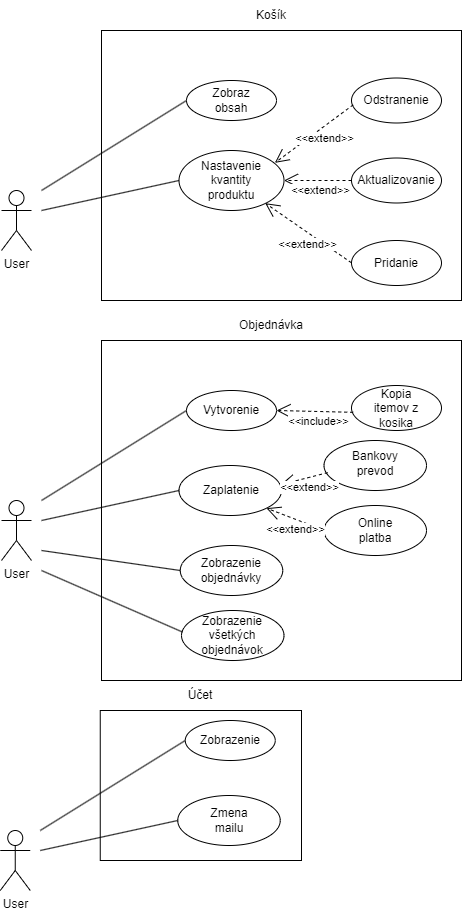
Earlier version of the draw.io export Prezentácia/diagrams/Use case.png (YelovSK/FoodOrdering). Source tidied: cells renumbered, new cells last; positions are measured from the earlier drawing's top-left corner, leaving out a move shared by most shapes.
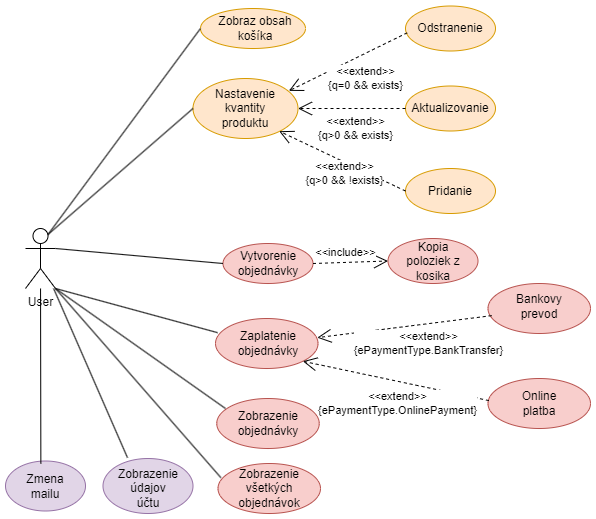
The same file after the commit.

Change to the diagram source:
```diff
@@ -3,177 +3,133 @@
     <mxCell id="0" />
     <mxCell id="1" parent="0" />
     <mxCell id="2" value="User" style="shape=umlActor;verticalLabelPosition=bottom;verticalAlign=top;html=1;outlineConnect=0;" parent="1" vertex="1">
-      <mxGeometry x="1" y="190" width="30" height="60" as="geometry" />
+      <mxGeometry x="11" y="300" width="30" height="60" as="geometry" />
     </mxCell>
-    <mxCell id="3" style="rounded=0;whiteSpace=wrap;html=1;" parent="1" vertex="1">
-      <mxGeometry x="101" y="30" width="360" height="270" as="geometry" />
-    </mxCell>
-    <mxCell id="4" value="Košík" style="text;html=1;strokeColor=none;fillColor=none;align=center;verticalAlign=middle;whiteSpace=wrap;rounded=0;" parent="1" vertex="1">
-      <mxGeometry x="241" width="60" height="30" as="geometry" />
-    </mxCell>
-    <mxCell id="5" style="ellipse;whiteSpace=wrap;html=1;" parent="1" vertex="1">
-      <mxGeometry x="186" y="80" width="90" height="40" as="geometry" />
+    <mxCell id="5" style="ellipse;whiteSpace=wrap;html=1;fillColor=#ffe6cc;strokeColor=#d79b00;" parent="1" vertex="1">
+      <mxGeometry x="186" y="80" width="105" height="40" as="geometry" />
     </mxCell>
-    <mxCell id="6" value="Zobraz obsah" style="text;html=1;strokeColor=none;fillColor=none;align=center;verticalAlign=middle;whiteSpace=wrap;rounded=0;" parent="1" vertex="1">
-      <mxGeometry x="201" y="85" width="60" height="30" as="geometry" />
+    <mxCell id="6" value="Zobraz obsah košíka" style="text;html=1;strokeColor=none;fillColor=none;align=center;verticalAlign=middle;whiteSpace=wrap;rounded=0;" parent="1" vertex="1">
+      <mxGeometry x="201" y="85" width="80" height="30" as="geometry" />
     </mxCell>
-    <mxCell id="7" style="ellipse;whiteSpace=wrap;html=1;" parent="1" vertex="1">
+    <mxCell id="7" style="ellipse;whiteSpace=wrap;html=1;fillColor=#ffe6cc;strokeColor=#d79b00;" parent="1" vertex="1">
       <mxGeometry x="178.5" y="150" width="105" height="60" as="geometry" />
     </mxCell>
     <mxCell id="8" value="Nastavenie kvantity produktu" style="text;html=1;strokeColor=none;fillColor=none;align=center;verticalAlign=middle;whiteSpace=wrap;rounded=0;" parent="1" vertex="1">
       <mxGeometry x="201" y="165" width="60" height="30" as="geometry" />
     </mxCell>
-    <mxCell id="9" style="ellipse;whiteSpace=wrap;html=1;" parent="1" vertex="1">
-      <mxGeometry x="351" y="77.5" width="90" height="45" as="geometry" />
+    <mxCell id="9" style="ellipse;whiteSpace=wrap;html=1;fillColor=#ffe6cc;strokeColor=#d79b00;" parent="1" vertex="1">
+      <mxGeometry x="391" y="77.5" width="90" height="45" as="geometry" />
     </mxCell>
-    <mxCell id="10" style="ellipse;whiteSpace=wrap;html=1;" parent="1" vertex="1">
-      <mxGeometry x="351" y="157.5" width="90" height="45" as="geometry" />
+    <mxCell id="10" style="ellipse;whiteSpace=wrap;html=1;fillColor=#ffe6cc;strokeColor=#d79b00;" parent="1" vertex="1">
+      <mxGeometry x="391" y="157.5" width="90" height="45" as="geometry" />
     </mxCell>
-    <mxCell id="11" style="ellipse;whiteSpace=wrap;html=1;" parent="1" vertex="1">
-      <mxGeometry x="351" y="240" width="90" height="45" as="geometry" />
+    <mxCell id="11" style="ellipse;whiteSpace=wrap;html=1;fillColor=#ffe6cc;strokeColor=#d79b00;" parent="1" vertex="1">
+      <mxGeometry x="391" y="240" width="90" height="45" as="geometry" />
     </mxCell>
     <mxCell id="12" value="Odstranenie" style="text;html=1;strokeColor=none;fillColor=none;align=center;verticalAlign=middle;whiteSpace=wrap;rounded=0;" parent="1" vertex="1">
-      <mxGeometry x="366" y="85" width="60" height="30" as="geometry" />
+      <mxGeometry x="406" y="85" width="60" height="30" as="geometry" />
     </mxCell>
     <mxCell id="13" value="Aktualizovanie" style="text;html=1;strokeColor=none;fillColor=none;align=center;verticalAlign=middle;whiteSpace=wrap;rounded=0;" parent="1" vertex="1">
-      <mxGeometry x="366" y="165" width="60" height="30" as="geometry" />
+      <mxGeometry x="406" y="165" width="60" height="30" as="geometry" />
     </mxCell>
     <mxCell id="14" value="Pridanie" style="text;html=1;strokeColor=none;fillColor=none;align=center;verticalAlign=middle;whiteSpace=wrap;rounded=0;" parent="1" vertex="1">
-      <mxGeometry x="366" y="247.5" width="60" height="30" as="geometry" />
+      <mxGeometry x="406" y="247.5" width="60" height="30" as="geometry" />
     </mxCell>
-    <mxCell id="15" value="&amp;lt;&amp;lt;extend&amp;gt;&amp;gt;" style="endArrow=open;endSize=12;dashed=1;html=1;rounded=0;exitX=0;exitY=0.5;exitDx=0;exitDy=0;entryX=1;entryY=0.5;entryDx=0;entryDy=0;" parent="1" edge="1" source="10" target="7">
-      <mxGeometry x="-0.11" y="10" relative="1" as="geometry" />
+    <mxCell id="15" value="&amp;lt;&amp;lt;extend&amp;gt;&amp;gt;&lt;br&gt;{q&amp;gt;0 &amp;amp;&amp;amp; exists}" style="endArrow=open;endSize=12;dashed=1;html=1;rounded=0;exitX=0;exitY=0.5;exitDx=0;exitDy=0;entryX=1;entryY=0.5;entryDx=0;entryDy=0;" parent="1" edge="1" source="10" target="7">
+      <mxGeometry x="-0.07" y="20" relative="1" as="geometry" />
     </mxCell>
-    <mxCell id="16" value="&amp;lt;&amp;lt;extend&amp;gt;&amp;gt;" style="endArrow=open;endSize=12;dashed=1;html=1;rounded=0;exitX=0;exitY=0.5;exitDx=0;exitDy=0;entryX=0.821;entryY=0.878;entryDx=0;entryDy=0;entryPerimeter=0;" parent="1" edge="1" target="7">
-      <mxGeometry x="-0.11" y="10" relative="1" as="geometry">
-        <mxPoint x="351" y="262.3" as="sourcePoint" />
-      </mxGeometry>
+    <mxCell id="16" value="&amp;lt;&amp;lt;extend&amp;gt;&amp;gt;&lt;br&gt;{q&amp;gt;0 &amp;amp;&amp;amp; !exists}" style="endArrow=open;endSize=12;dashed=1;html=1;rounded=0;exitX=0;exitY=0.5;exitDx=0;exitDy=0;entryX=0.821;entryY=0.878;entryDx=0;entryDy=0;entryPerimeter=0;" parent="1" edge="1" source="11" target="7">
+      <mxGeometry x="-0.11" y="10" relative="1" as="geometry" />
     </mxCell>
-    <mxCell id="17" value="&amp;lt;&amp;lt;extend&amp;gt;&amp;gt;" style="endArrow=open;endSize=12;dashed=1;html=1;rounded=0;exitX=0.019;exitY=0.596;exitDx=0;exitDy=0;entryX=0.913;entryY=0.206;entryDx=0;entryDy=0;entryPerimeter=0;exitPerimeter=0;" parent="1" edge="1" source="9" target="7">
-      <mxGeometry x="-0.11" y="10" relative="1" as="geometry" />
+    <mxCell id="17" value="&amp;lt;&amp;lt;extend&amp;gt;&amp;gt;&lt;br&gt;{q=0 &amp;amp;&amp;amp; exists}" style="endArrow=open;endSize=12;dashed=1;html=1;rounded=0;exitX=0.019;exitY=0.596;exitDx=0;exitDy=0;entryX=0.913;entryY=0.206;entryDx=0;entryDy=0;entryPerimeter=0;exitPerimeter=0;" parent="1" edge="1" source="9" target="7">
+      <mxGeometry x="-0.13" y="23" relative="1" as="geometry" />
     </mxCell>
-    <mxCell id="18" style="endArrow=none;html=1;rounded=0;entryX=0;entryY=0.5;entryDx=0;entryDy=0;" parent="1" edge="1" target="7">
-      <mxGeometry relative="1" as="geometry">
-        <mxPoint x="41" y="210" as="sourcePoint" />
-      </mxGeometry>
+    <mxCell id="18" style="endArrow=none;html=1;rounded=0;entryX=0;entryY=0.5;entryDx=0;entryDy=0;exitX=0.75;exitY=0.1;exitDx=0;exitDy=0;exitPerimeter=0;" parent="1" edge="1" source="2" target="7">
+      <mxGeometry relative="1" as="geometry" />
     </mxCell>
-    <mxCell id="19" style="endArrow=none;html=1;rounded=0;entryX=0;entryY=0.5;entryDx=0;entryDy=0;" parent="1" edge="1" target="5">
-      <mxGeometry relative="1" as="geometry">
-        <mxPoint x="41" y="190" as="sourcePoint" />
-      </mxGeometry>
+    <mxCell id="19" style="endArrow=none;html=1;rounded=0;entryX=0;entryY=0.5;entryDx=0;entryDy=0;exitX=0.75;exitY=0.1;exitDx=0;exitDy=0;exitPerimeter=0;" parent="1" edge="1" source="2" target="5">
+      <mxGeometry relative="1" as="geometry" />
     </mxCell>
-    <mxCell id="20" value="User" style="shape=umlActor;verticalLabelPosition=bottom;verticalAlign=top;html=1;" parent="1" vertex="1">
-      <mxGeometry x="1" y="500" width="30" height="60" as="geometry" />
-    </mxCell>
-    <mxCell id="21" style="rounded=0;whiteSpace=wrap;html=1;" parent="1" vertex="1">
-      <mxGeometry x="101" y="340" width="360" height="340" as="geometry" />
-    </mxCell>
-    <mxCell id="22" style="ellipse;whiteSpace=wrap;html=1;" parent="1" vertex="1">
-      <mxGeometry x="186" y="390" width="90" height="40" as="geometry" />
+    <mxCell id="22" style="ellipse;whiteSpace=wrap;html=1;fillColor=#f8cecc;strokeColor=#b85450;" parent="1" vertex="1">
+      <mxGeometry x="208.5" y="315" width="90" height="40" as="geometry" />
     </mxCell>
-    <mxCell id="23" value="Vytvorenie" style="text;html=1;strokeColor=none;fillColor=none;align=center;verticalAlign=middle;whiteSpace=wrap;rounded=0;" parent="1" vertex="1">
-      <mxGeometry x="201" y="395" width="60" height="30" as="geometry" />
+    <mxCell id="23" value="Vytvorenie objednávky" style="text;html=1;strokeColor=none;fillColor=none;align=center;verticalAlign=middle;whiteSpace=wrap;rounded=0;" parent="1" vertex="1">
+      <mxGeometry x="223.5" y="320" width="60" height="30" as="geometry" />
     </mxCell>
-    <mxCell id="24" style="ellipse;whiteSpace=wrap;html=1;" parent="1" vertex="1">
-      <mxGeometry x="178.5" y="465" width="102.5" height="50" as="geometry" />
+    <mxCell id="24" style="ellipse;whiteSpace=wrap;html=1;fillColor=#f8cecc;strokeColor=#b85450;" parent="1" vertex="1">
+      <mxGeometry x="201" y="390" width="102.5" height="50" as="geometry" />
     </mxCell>
-    <mxCell id="25" value="Zaplatenie" style="text;html=1;strokeColor=none;fillColor=none;align=center;verticalAlign=middle;whiteSpace=wrap;rounded=0;" parent="1" vertex="1">
-      <mxGeometry x="201" y="475" width="60" height="30" as="geometry" />
+    <mxCell id="25" value="Zaplatenie objednávky" style="text;html=1;strokeColor=none;fillColor=none;align=center;verticalAlign=middle;whiteSpace=wrap;rounded=0;" parent="1" vertex="1">
+      <mxGeometry x="223.5" y="400" width="60" height="30" as="geometry" />
     </mxCell>
-    <mxCell id="26" style="ellipse;whiteSpace=wrap;html=1;" parent="1" vertex="1">
-      <mxGeometry x="351" y="385" width="90" height="45" as="geometry" />
+    <mxCell id="26" style="ellipse;whiteSpace=wrap;html=1;fillColor=#f8cecc;strokeColor=#b85450;" parent="1" vertex="1">
+      <mxGeometry x="373.5" y="310" width="90" height="45" as="geometry" />
     </mxCell>
-    <mxCell id="27" value="Kopia itemov z kosika" style="text;html=1;strokeColor=none;fillColor=none;align=center;verticalAlign=middle;whiteSpace=wrap;rounded=0;" parent="1" vertex="1">
-      <mxGeometry x="366" y="392.5" width="60" height="30" as="geometry" />
+    <mxCell id="27" value="Kopia poloziek z kosika" style="text;html=1;strokeColor=none;fillColor=none;align=center;verticalAlign=middle;whiteSpace=wrap;rounded=0;" parent="1" vertex="1">
+      <mxGeometry x="388.5" y="317.5" width="60" height="30" as="geometry" />
     </mxCell>
-    <mxCell id="28" value="&amp;lt;&amp;lt;include&amp;gt;&amp;gt;" style="endArrow=open;endSize=12;dashed=1;html=1;rounded=0;exitX=0.019;exitY=0.596;exitDx=0;exitDy=0;entryX=1;entryY=0.5;entryDx=0;entryDy=0;exitPerimeter=0;" parent="1" edge="1" source="26" target="22">
+    <mxCell id="28" value="&amp;lt;&amp;lt;include&amp;gt;&amp;gt;" style="endArrow=open;endSize=12;dashed=1;html=1;rounded=0;exitX=1;exitY=0.5;exitDx=0;exitDy=0;entryX=0;entryY=0.5;entryDx=0;entryDy=0;" parent="1" edge="1" source="22" target="26">
       <mxGeometry x="-0.11" y="10" relative="1" as="geometry" />
     </mxCell>
-    <mxCell id="29" style="endArrow=none;html=1;rounded=0;entryX=0;entryY=0.5;entryDx=0;entryDy=0;" parent="1" edge="1" target="24">
-      <mxGeometry relative="1" as="geometry">
-        <mxPoint x="41" y="520" as="sourcePoint" />
-      </mxGeometry>
-    </mxCell>
-    <mxCell id="30" style="endArrow=none;html=1;rounded=0;entryX=0;entryY=0.5;entryDx=0;entryDy=0;" parent="1" edge="1" target="22">
-      <mxGeometry relative="1" as="geometry">
-        <mxPoint x="41" y="500" as="sourcePoint" />
-      </mxGeometry>
-    </mxCell>
-    <mxCell id="31" value="Objednávka" style="text;html=1;strokeColor=none;fillColor=none;align=center;verticalAlign=middle;whiteSpace=wrap;rounded=0;" parent="1" vertex="1">
-      <mxGeometry x="241" y="310" width="60" height="30" as="geometry" />
-    </mxCell>
-    <mxCell id="32" style="ellipse;whiteSpace=wrap;html=1;" parent="1" vertex="1">
-      <mxGeometry x="179.8" y="545" width="102.5" height="50" as="geometry" />
+    <mxCell id="32" style="ellipse;whiteSpace=wrap;html=1;fillColor=#f8cecc;strokeColor=#b85450;" parent="1" vertex="1">
+      <mxGeometry x="202.2" y="470" width="102.5" height="50" as="geometry" />
     </mxCell>
     <mxCell id="33" value="Zobrazenie objednávky" style="text;html=1;strokeColor=none;fillColor=none;align=center;verticalAlign=middle;whiteSpace=wrap;rounded=0;" parent="1" vertex="1">
-      <mxGeometry x="201" y="555" width="60" height="30" as="geometry" />
+      <mxGeometry x="223.5" y="480" width="60" height="30" as="geometry" />
     </mxCell>
-    <mxCell id="34" style="endArrow=none;html=1;rounded=0;entryX=0;entryY=0.5;entryDx=0;entryDy=0;" parent="1" edge="1" target="32">
-      <mxGeometry relative="1" as="geometry">
-        <mxPoint x="41" y="550" as="sourcePoint" />
-      </mxGeometry>
-    </mxCell>
-    <mxCell id="35" style="ellipse;whiteSpace=wrap;html=1;" parent="1" vertex="1">
-      <mxGeometry x="181" y="610" width="102.5" height="50" as="geometry" />
+    <mxCell id="35" style="ellipse;whiteSpace=wrap;html=1;fillColor=#f8cecc;strokeColor=#b85450;" parent="1" vertex="1">
+      <mxGeometry x="203.5" y="535" width="102.5" height="50" as="geometry" />
     </mxCell>
     <mxCell id="36" value="Zobrazenie všetkých objednávok" style="text;html=1;strokeColor=none;fillColor=none;align=center;verticalAlign=middle;whiteSpace=wrap;rounded=0;" parent="1" vertex="1">
-      <mxGeometry x="202.2" y="620" width="60" height="30" as="geometry" />
+      <mxGeometry x="224.8" y="545" width="60" height="30" as="geometry" />
     </mxCell>
-    <mxCell id="37" style="endArrow=none;html=1;rounded=0;entryX=0.01;entryY=0.431;entryDx=0;entryDy=0;entryPerimeter=0;" parent="1" edge="1" target="35">
-      <mxGeometry relative="1" as="geometry">
-        <mxPoint x="41" y="570" as="sourcePoint" />
-      </mxGeometry>
-    </mxCell>
-    <mxCell id="38" value="User" style="shape=umlActor;verticalLabelPosition=bottom;verticalAlign=top;html=1;" parent="1" vertex="1">
-      <mxGeometry x="-0.2" y="830" width="30" height="60" as="geometry" />
-    </mxCell>
-    <mxCell id="39" style="rounded=0;whiteSpace=wrap;html=1;" parent="1" vertex="1">
-      <mxGeometry x="99.8" y="710" width="201.2" height="150" as="geometry" />
-    </mxCell>
-    <mxCell id="40" style="ellipse;whiteSpace=wrap;html=1;" parent="1" vertex="1">
-      <mxGeometry x="184.8" y="720" width="90" height="40" as="geometry" />
+    <mxCell id="40" style="ellipse;whiteSpace=wrap;html=1;fillColor=#e1d5e7;strokeColor=#9673a6;" parent="1" vertex="1">
+      <mxGeometry x="88.5" y="530" width="90" height="55" as="geometry" />
     </mxCell>
-    <mxCell id="41" value="Zobrazenie" style="text;html=1;strokeColor=none;fillColor=none;align=center;verticalAlign=middle;whiteSpace=wrap;rounded=0;" parent="1" vertex="1">
-      <mxGeometry x="199.8" y="725" width="60" height="30" as="geometry" />
+    <mxCell id="41" value="Zobrazenie údajov účtu" style="text;html=1;strokeColor=none;fillColor=none;align=center;verticalAlign=middle;whiteSpace=wrap;rounded=0;" parent="1" vertex="1">
+      <mxGeometry x="103.5" y="545" width="60" height="30" as="geometry" />
     </mxCell>
-    <mxCell id="42" style="ellipse;whiteSpace=wrap;html=1;" parent="1" vertex="1">
-      <mxGeometry x="177.2" y="795" width="102.5" height="50" as="geometry" />
+    <mxCell id="42" style="ellipse;whiteSpace=wrap;html=1;fillColor=#e1d5e7;strokeColor=#9673a6;" parent="1" vertex="1">
+      <mxGeometry x="-9" y="532.5" width="80" height="50" as="geometry" />
     </mxCell>
     <mxCell id="43" value="Zmena mailu" style="text;html=1;strokeColor=none;fillColor=none;align=center;verticalAlign=middle;whiteSpace=wrap;rounded=0;" parent="1" vertex="1">
-      <mxGeometry x="198.5" y="805" width="60" height="30" as="geometry" />
+      <mxGeometry x="1" y="542.5" width="60" height="30" as="geometry" />
     </mxCell>
-    <mxCell id="44" style="endArrow=none;html=1;rounded=0;entryX=0;entryY=0.5;entryDx=0;entryDy=0;" parent="1" edge="1" target="42">
-      <mxGeometry relative="1" as="geometry">
-        <mxPoint x="39.8" y="850" as="sourcePoint" />
-      </mxGeometry>
-    </mxCell>
-    <mxCell id="45" style="endArrow=none;html=1;rounded=0;entryX=0;entryY=0.5;entryDx=0;entryDy=0;" parent="1" edge="1" target="40">
-      <mxGeometry relative="1" as="geometry">
-        <mxPoint x="39.8" y="830" as="sourcePoint" />
-      </mxGeometry>
-    </mxCell>
-    <mxCell id="46" value="Účet" style="text;html=1;strokeColor=none;fillColor=none;align=center;verticalAlign=middle;whiteSpace=wrap;rounded=0;" parent="1" vertex="1">
-      <mxGeometry x="170.4" y="680" width="60" height="30" as="geometry" />
-    </mxCell>
-    <mxCell id="47" style="ellipse;whiteSpace=wrap;html=1;" parent="1" vertex="1">
-      <mxGeometry x="323.5" y="440" width="102.5" height="50" as="geometry" />
+    <mxCell id="47" style="ellipse;whiteSpace=wrap;html=1;fillColor=#f8cecc;strokeColor=#b85450;" parent="1" vertex="1">
+      <mxGeometry x="473.5" y="355" width="102.5" height="50" as="geometry" />
     </mxCell>
-    <mxCell id="48" style="ellipse;whiteSpace=wrap;html=1;" parent="1" vertex="1">
-      <mxGeometry x="323.5" y="505" width="102.5" height="50" as="geometry" />
+    <mxCell id="48" style="ellipse;whiteSpace=wrap;html=1;fillColor=#f8cecc;strokeColor=#b85450;" parent="1" vertex="1">
+      <mxGeometry x="473.5" y="450" width="102.5" height="50" as="geometry" />
     </mxCell>
     <mxCell id="49" value="Bankovy prevod" style="text;html=1;strokeColor=none;fillColor=none;align=center;verticalAlign=middle;whiteSpace=wrap;rounded=0;" parent="1" vertex="1">
-      <mxGeometry x="344.8" y="447.5" width="60" height="30" as="geometry" />
+      <mxGeometry x="494.8" y="362.5" width="60" height="30" as="geometry" />
     </mxCell>
     <mxCell id="50" value="Online platba" style="text;html=1;strokeColor=none;fillColor=none;align=center;verticalAlign=middle;whiteSpace=wrap;rounded=0;" parent="1" vertex="1">
-      <mxGeometry x="344.8" y="515" width="60" height="30" as="geometry" />
+      <mxGeometry x="494.8" y="460" width="60" height="30" as="geometry" />
     </mxCell>
-    <mxCell id="51" value="&amp;lt;&amp;lt;extend&amp;gt;&amp;gt;" style="endArrow=open;endSize=12;dashed=1;html=1;rounded=0;exitX=0;exitY=0.5;exitDx=0;exitDy=0;entryX=1;entryY=1;entryDx=0;entryDy=0;" parent="1" edge="1" target="24">
-      <mxGeometry x="-0.11" y="10" relative="1" as="geometry">
-        <mxPoint x="323.5" y="529.7" as="sourcePoint" />
-      </mxGeometry>
+    <mxCell id="51" value="&amp;lt;&amp;lt;extend&amp;gt;&amp;gt;&lt;br&gt;{ePaymentType.OnlinePayment}" style="endArrow=open;endSize=12;dashed=1;html=1;rounded=0;exitX=0.009;exitY=0.442;exitDx=0;exitDy=0;entryX=1;entryY=1;entryDx=0;entryDy=0;exitPerimeter=0;" parent="1" edge="1" source="48" target="24">
+      <mxGeometry x="-0.07" y="22" relative="1" as="geometry" />
     </mxCell>
-    <mxCell id="52" value="&amp;lt;&amp;lt;extend&amp;gt;&amp;gt;" style="endArrow=open;endSize=12;dashed=1;html=1;rounded=0;exitX=0.036;exitY=0.643;exitDx=0;exitDy=0;entryX=0.993;entryY=0.383;entryDx=0;entryDy=0;exitPerimeter=0;entryPerimeter=0;" parent="1" edge="1" source="47" target="24">
-      <mxGeometry x="-0.11" y="10" relative="1" as="geometry" />
+    <mxCell id="52" value="&amp;lt;&amp;lt;extend&amp;gt;&amp;gt;&lt;br&gt;{ePaymentType.BankTransfer}" style="endArrow=open;endSize=12;dashed=1;html=1;rounded=0;exitX=0.036;exitY=0.643;exitDx=0;exitDy=0;entryX=0.993;entryY=0.383;entryDx=0;entryDy=0;exitPerimeter=0;entryPerimeter=0;" parent="1" edge="1" source="47" target="24">
+      <mxGeometry x="-0.24" y="20" relative="1" as="geometry" />
     </mxCell>
+    <mxCell id="53" style="endArrow=none;html=1;rounded=0;entryX=0;entryY=0.5;entryDx=0;entryDy=0;exitX=1;exitY=0.3333333333333333;exitDx=0;exitDy=0;exitPerimeter=0;" parent="1" edge="1" source="2" target="22">
+      <mxGeometry relative="1" as="geometry" />
+    </mxCell>
+    <mxCell id="54" style="endArrow=none;html=1;rounded=0;exitX=1;exitY=1;exitDx=0;exitDy=0;exitPerimeter=0;entryX=0.02;entryY=0.283;entryDx=0;entryDy=0;entryPerimeter=0;" parent="1" edge="1" source="2" target="24">
+      <mxGeometry relative="1" as="geometry" />
+    </mxCell>
+    <mxCell id="55" style="endArrow=none;html=1;rounded=0;exitX=1;exitY=1;exitDx=0;exitDy=0;exitPerimeter=0;entryX=0.085;entryY=0.2;entryDx=0;entryDy=0;entryPerimeter=0;" parent="1" edge="1" source="2" target="32">
+      <mxGeometry relative="1" as="geometry" />
+    </mxCell>
+    <mxCell id="56" style="endArrow=none;html=1;rounded=0;exitX=0.028;exitY=0.283;exitDx=0;exitDy=0;exitPerimeter=0;entryX=1;entryY=1;entryDx=0;entryDy=0;entryPerimeter=0;" parent="1" edge="1" source="35" target="2">
+      <mxGeometry relative="1" as="geometry" />
+    </mxCell>
+    <mxCell id="57" style="endArrow=none;html=1;rounded=0;exitX=0.272;exitY=-0.015;exitDx=0;exitDy=0;exitPerimeter=0;" parent="1" edge="1" source="40" target="2">
+      <mxGeometry relative="1" as="geometry" />
+    </mxCell>
+    <mxCell id="58" style="endArrow=none;html=1;rounded=0;exitX=0.442;exitY=0.05;exitDx=0;exitDy=0;exitPerimeter=0;" parent="1" edge="1" source="42" target="2">
+      <mxGeometry relative="1" as="geometry" />
+    </mxCell>
   </root>
 </mxGraphModel>
```
